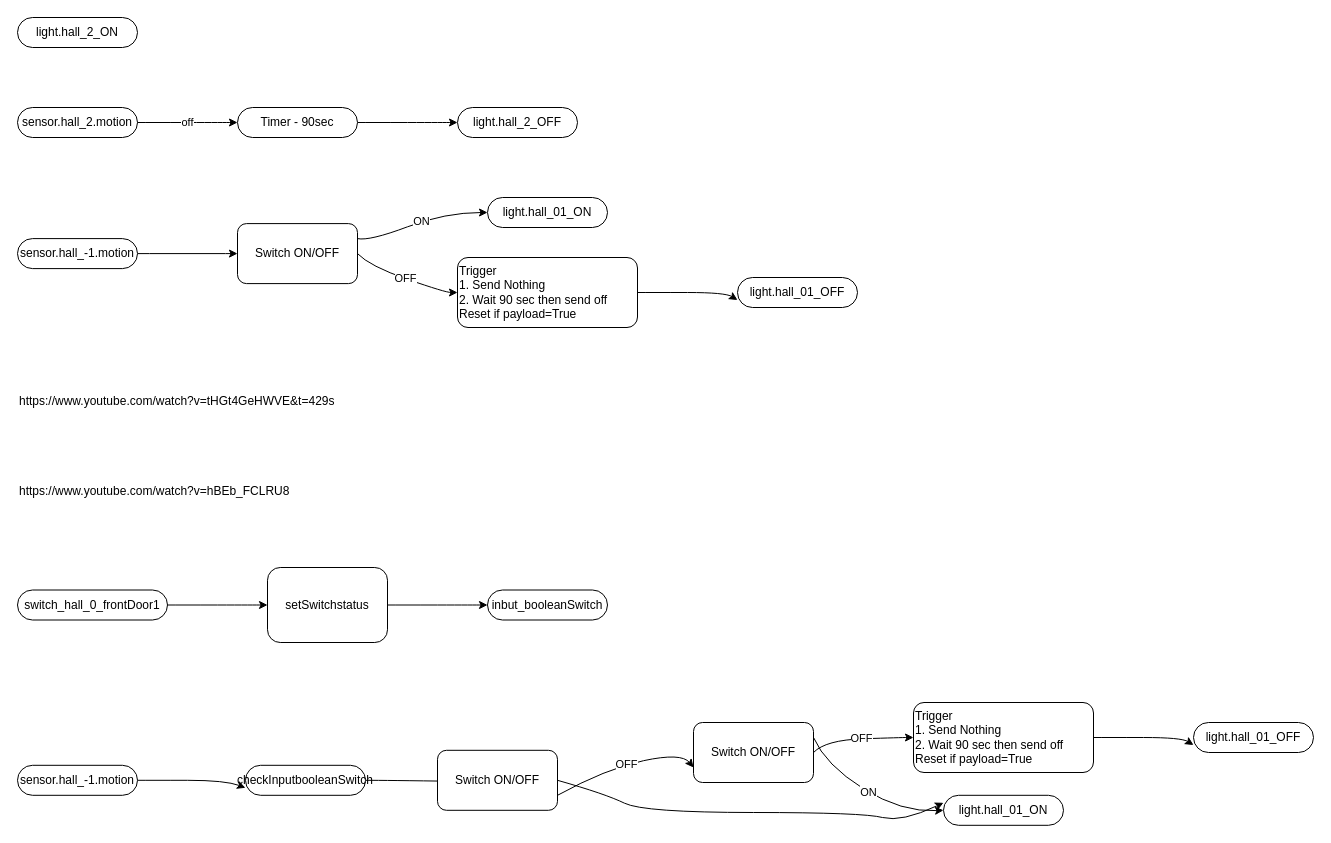
This is page "light.hall_motion_current" (2 of 5) of logical_flows/NodeRED_flow.drawio from houdaerttim/dns-hass, a draw.io file, before an edit. Source tidied: cells renumbered, new cells numbered last; positions are measured from the earlier drawing's top-left corner, leaving out a move shared by most shapes. Both pictures are drawn from the tidied source at 100%, with x=0, y=0 at pixel (17, 17).
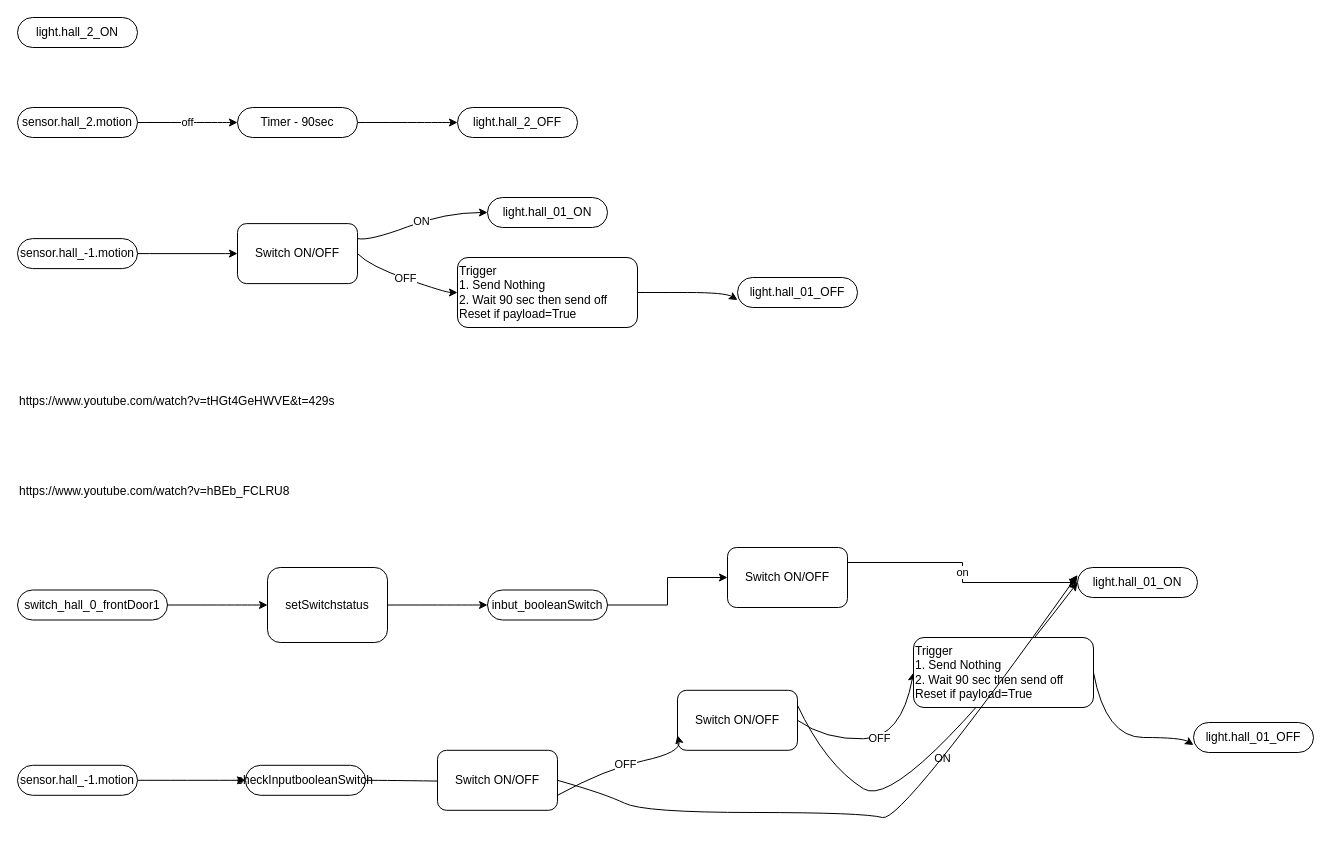
The same page after the edit.

The change refers to these unchanged cells:
```xml
<mxCell id="20" value="sensor.hall_-1.motion" style="rounded=1;whiteSpace=wrap;html=1;arcSize=50;" parent="1" vertex="1">
  <mxGeometry y="747.8" width="120" height="30" as="geometry" />
</mxCell>
<mxCell id="28" value="inbut_booleanSwitch" style="rounded=1;whiteSpace=wrap;html=1;arcSize=50;" parent="1" vertex="1">
  <mxGeometry x="470" y="572.5" width="120" height="30" as="geometry" />
</mxCell>
<mxCell id="34" value="checkInputbooleanSwitch" style="rounded=1;whiteSpace=wrap;html=1;arcSize=50;" parent="1" vertex="1">
  <mxGeometry x="228" y="747.8" width="120" height="30" as="geometry" />
</mxCell>
```

What changed in the source:
```diff
@@
-    <mxCell id="19" style="edgeStyle=orthogonalEdgeStyle;curved=1;rounded=0;jettySize=auto;html=1;exitX=1;exitY=0.5;exitDx=0;exitDy=0;entryX=0;entryY=0.75;entryDx=0;entryDy=0;noEdgeStyle=1;orthogonal=1;" parent="1" edge="1" source="20" target="34">
+    <mxCell id="19" style="edgeStyle=orthogonalEdgeStyle;curved=1;rounded=0;jettySize=auto;html=1;exitX=1;exitY=0.5;exitDx=0;exitDy=0;entryX=0;entryY=0.5;entryDx=0;entryDy=0;noEdgeStyle=1;orthogonal=1;" parent="1" edge="1" source="20" target="34">
       <mxGeometry relative="1" as="geometry">
         <Array as="points">
           <mxPoint x="132" y="762.8" />
           <mxPoint x="208" y="762.8" />
         </Array>
       </mxGeometry>
     </mxCell>
@@
     <mxCell id="21" value="light.hall_01_ON" style="rounded=1;whiteSpace=wrap;html=1;arcSize=50;" parent="1" vertex="1">
-      <mxGeometry x="926" y="777.8" width="120" height="30" as="geometry" />
+      <mxGeometry x="1060" y="550" width="120" height="30" as="geometry" />
     </mxCell>
@@
     <mxCell id="25" value="Switch ON/OFF" style="rounded=1;whiteSpace=wrap;html=1;" parent="1" vertex="1">
-      <mxGeometry x="676" y="705" width="120" height="60" as="geometry" />
+      <mxGeometry x="660" y="672.8" width="120" height="60" as="geometry" />
     </mxCell>
@@
     <mxCell id="27" value="Trigger&lt;br&gt;1. Send Nothing&lt;br&gt;2. Wait 90 sec then send off&lt;br&gt;Reset if payload=True" style="rounded=1;whiteSpace=wrap;html=1;align=left;" parent="1" vertex="1">
-      <mxGeometry x="896" y="685" width="180" height="70" as="geometry" />
+      <mxGeometry x="896" y="620" width="180" height="70" as="geometry" />
     </mxCell>
+    <mxCell id="38" style="edgeStyle=orthogonalEdgeStyle;rounded=0;jettySize=auto;html=1;entryX=0;entryY=0.5;entryDx=0;entryDy=0;" parent="1" edge="1" source="28" target="40">
+      <mxGeometry relative="1" as="geometry" />
+    </mxCell>
@@
+    <mxCell id="39" value="on" style="edgeStyle=orthogonalEdgeStyle;rounded=0;jettySize=auto;html=1;exitX=1;exitY=0.25;exitDx=0;exitDy=0;entryX=0;entryY=0.5;entryDx=0;entryDy=0;" parent="1" edge="1" source="40" target="21">
+      <mxGeometry relative="1" as="geometry" />
+    </mxCell>
+    <mxCell id="40" value="Switch ON/OFF" style="whiteSpace=wrap;html=1;rounded=1;arcSize=15;" parent="1" vertex="1">
+      <mxGeometry x="710" y="530" width="120" height="60" as="geometry" />
+    </mxCell>
```
